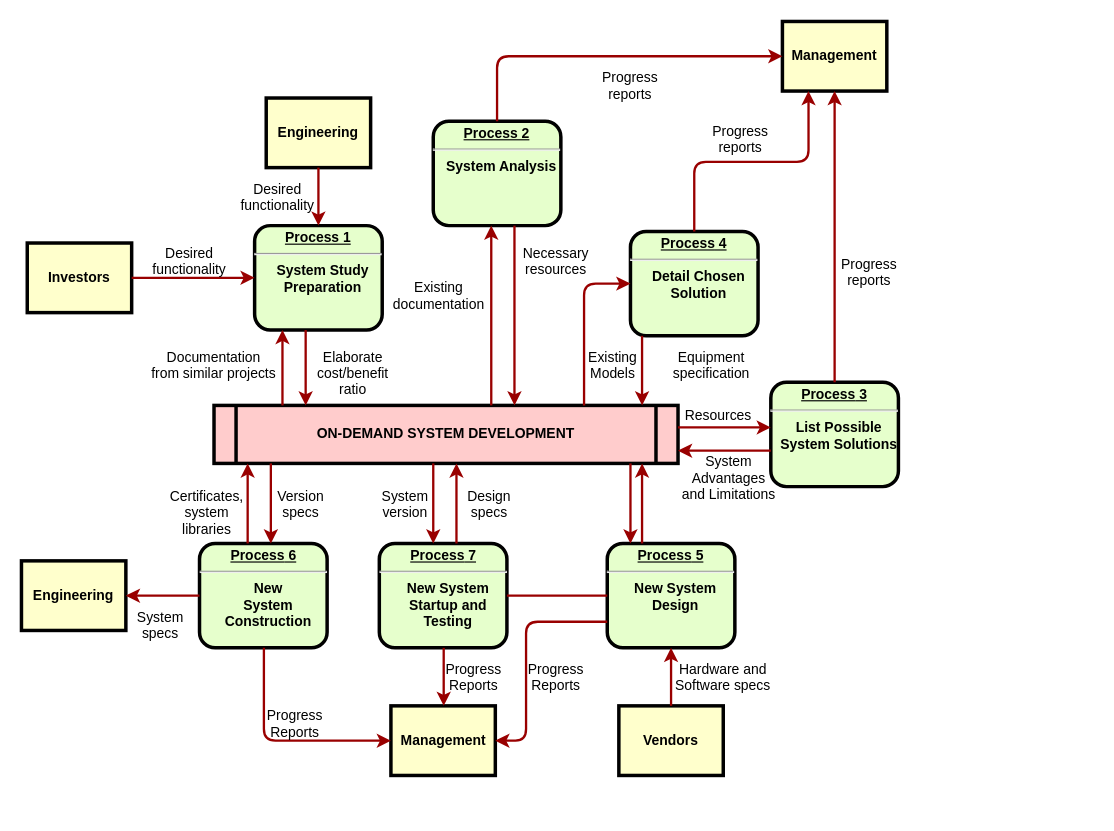
The draw.io diagram src/main/名称未設定ファイル.drawio in danferj/java_learn, before the edit. Source tidied: cells renumbered, new cells numbered last; positions are measured from the earlier drawing's top-left corner, leaving out a move shared by most shapes. Both pictures are drawn from the tidied source at 116%, with x=0, y=0 at pixel (21, 21).
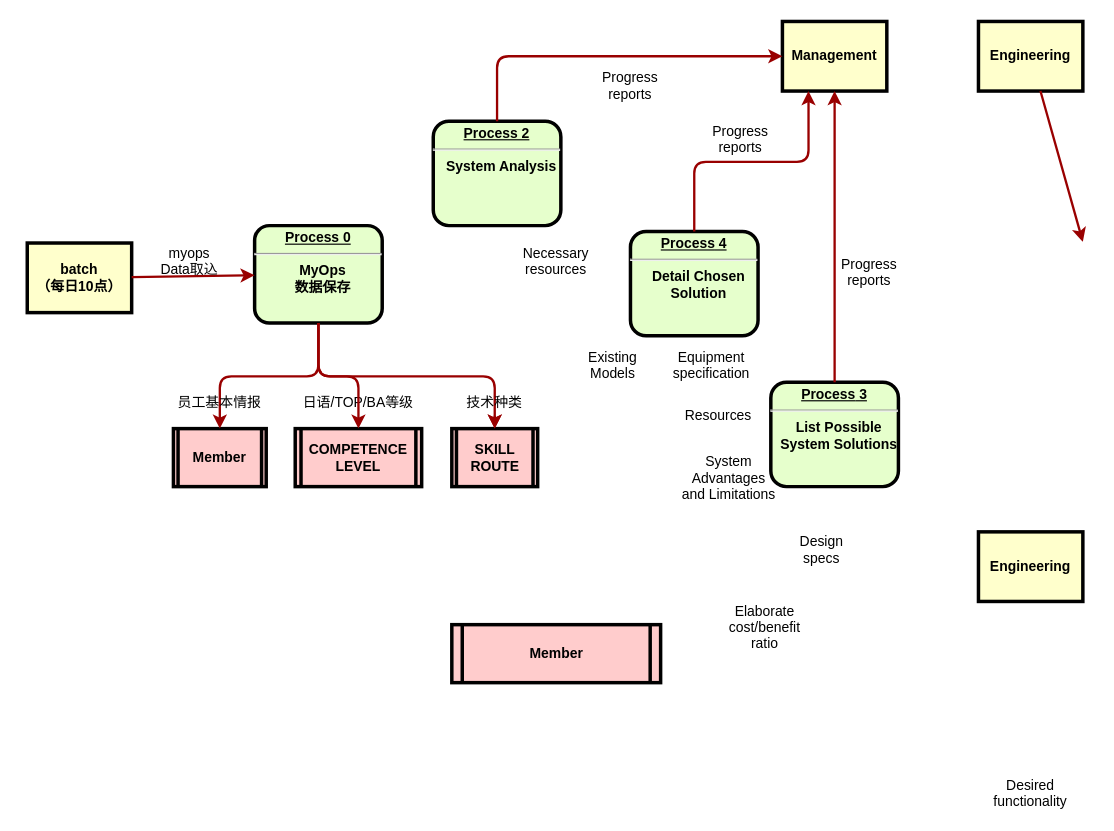
Above is the later version.

Commit message (it also covers changes not shown here):
名称未設定ファイル.drawio を更新します

Unchanged cells that the change refers to:
```xml
<mxCell id="6" value="&lt;p style=&quot;margin: 0px; margin-top: 4px; text-align: center; text-decoration: underline;&quot;&gt;&lt;strong&gt;Process 2&lt;br /&gt;&lt;/strong&gt;&lt;/p&gt;&lt;hr /&gt;&lt;p style=&quot;margin: 0px; margin-left: 8px;&quot;&gt;System Analysis&lt;/p&gt;" style="verticalAlign=middle;align=center;overflow=fill;fontSize=12;fontFamily=Helvetica;html=1;rounded=1;fontStyle=1;strokeWidth=3;fillColor=#E6FFCC;" parent="1" vertex="1">
  <mxGeometry x="355" y="86" width="110" height="90" as="geometry" />
</mxCell>
<mxCell id="7" value="&lt;p style=&quot;margin: 0px; margin-top: 4px; text-align: center; text-decoration: underline;&quot;&gt;&lt;strong&gt;&lt;strong&gt;Process&lt;/strong&gt; 3&lt;br /&gt;&lt;/strong&gt;&lt;/p&gt;&lt;hr /&gt;&lt;p style=&quot;margin: 0px; margin-left: 8px;&quot;&gt;List Possible&lt;/p&gt;&lt;p style=&quot;margin: 0px; margin-left: 8px;&quot;&gt;System Solutions&lt;/p&gt;" style="verticalAlign=middle;align=center;overflow=fill;fontSize=12;fontFamily=Helvetica;html=1;rounded=1;fontStyle=1;strokeWidth=3;fillColor=#E6FFCC;" parent="1" vertex="1">
  <mxGeometry x="646" y="311" width="110" height="90" as="geometry" />
</mxCell>
<mxCell id="8" value="&lt;p style=&quot;margin: 0px; margin-top: 4px; text-align: center; text-decoration: underline;&quot;&gt;&lt;strong&gt;&lt;strong&gt;Process&lt;/strong&gt; 4&lt;br /&gt;&lt;/strong&gt;&lt;/p&gt;&lt;hr /&gt;&lt;p style=&quot;margin: 0px; margin-left: 8px;&quot;&gt;Detail Chosen&lt;/p&gt;&lt;p style=&quot;margin: 0px; margin-left: 8px;&quot;&gt;Solution&lt;/p&gt;" style="verticalAlign=middle;align=center;overflow=fill;fontSize=12;fontFamily=Helvetica;html=1;rounded=1;fontStyle=1;strokeWidth=3;fillColor=#E6FFCC;" parent="1" vertex="1">
  <mxGeometry x="525" y="181" width="110" height="90" as="geometry" />
</mxCell>
```

The edit, as a diff of the source:
```diff
@@
-    <mxCell id="2" value="&lt;p style=&quot;margin: 0px; margin-top: 4px; text-align: center; text-decoration: underline;&quot;&gt;&lt;strong&gt;Process 1&lt;br /&gt;&lt;/strong&gt;&lt;/p&gt;&lt;hr /&gt;&lt;p style=&quot;margin: 0px; margin-left: 8px;&quot;&gt;System Study&lt;/p&gt;&lt;p style=&quot;margin: 0px; margin-left: 8px;&quot;&gt;Preparation&lt;/p&gt;" style="verticalAlign=middle;align=center;overflow=fill;fontSize=12;fontFamily=Helvetica;html=1;rounded=1;fontStyle=1;strokeWidth=3;fillColor=#E6FFCC;" parent="1" vertex="1">
-      <mxGeometry x="201" y="176" width="110" height="90" as="geometry" />
+    <mxCell id="2" value="&lt;p style=&quot;margin: 0px; margin-top: 4px; text-align: center; text-decoration: underline;&quot;&gt;&lt;strong&gt;Process 0&lt;br&gt;&lt;/strong&gt;&lt;/p&gt;&lt;hr&gt;&lt;p style=&quot;margin: 0px; margin-left: 8px;&quot;&gt;MyOps&lt;/p&gt;&lt;p style=&quot;margin: 0px; margin-left: 8px;&quot;&gt;数据保存&lt;/p&gt;" style="verticalAlign=middle;align=center;overflow=fill;fontSize=12;fontFamily=Helvetica;html=1;rounded=1;fontStyle=1;strokeWidth=3;fillColor=#E6FFCC;" parent="1" vertex="1">
+      <mxGeometry x="201" y="176" width="110" height="84" as="geometry" />
     </mxCell>
     <mxCell id="3" value="Engineering" style="whiteSpace=wrap;align=center;verticalAlign=middle;fontStyle=1;strokeWidth=3;fillColor=#FFFFCC;" parent="1" vertex="1">
-      <mxGeometry x="211" y="66" width="90" height="60" as="geometry" />
+      <mxGeometry x="825" width="90" height="60" as="geometry" />
     </mxCell>
-    <mxCell id="4" value="Investors" style="whiteSpace=wrap;align=center;verticalAlign=middle;fontStyle=1;strokeWidth=3;fillColor=#FFFFCC;" parent="1" vertex="1">
+    <mxCell id="4" value="batch&#10;（每日10点）" style="whiteSpace=wrap;align=center;verticalAlign=middle;fontStyle=1;strokeWidth=3;fillColor=#FFFFCC;" parent="1" vertex="1">
       <mxGeometry x="5" y="191" width="90" height="60" as="geometry" />
     </mxCell>
-    <mxCell id="5" value="ON-DEMAND SYSTEM DEVELOPMENT" style="shape=process;whiteSpace=wrap;align=center;verticalAlign=middle;size=0.0475;fontStyle=1;strokeWidth=3;fillColor=#FFCCCC;" parent="1" vertex="1">
-      <mxGeometry x="166" y="331" width="400" height="50" as="geometry" />
+    <mxCell id="5" value="Member" style="shape=process;whiteSpace=wrap;align=center;verticalAlign=middle;size=0.0475;fontStyle=1;strokeWidth=3;fillColor=#FFCCCC;" parent="1" vertex="1">
+      <mxGeometry x="131" y="351" width="80" height="50" as="geometry" />
     </mxCell>
@@
-    <mxCell id="9" value="&lt;p style=&quot;margin: 0px; margin-top: 4px; text-align: center; text-decoration: underline;&quot;&gt;&lt;strong&gt;&lt;strong&gt;Process&lt;/strong&gt; 5&lt;br /&gt;&lt;/strong&gt;&lt;/p&gt;&lt;hr /&gt;&lt;p style=&quot;margin: 0px; margin-left: 8px;&quot;&gt;New System&lt;/p&gt;&lt;p style=&quot;margin: 0px; margin-left: 8px;&quot;&gt;Design&lt;/p&gt;" style="verticalAlign=middle;align=center;overflow=fill;fontSize=12;fontFamily=Helvetica;html=1;rounded=1;fontStyle=1;strokeWidth=3;fillColor=#E6FFCC;" parent="1" vertex="1">
-      <mxGeometry x="505" y="450" width="110" height="90" as="geometry" />
-    </mxCell>
-    <mxCell id="10" value="&lt;p style=&quot;margin: 0px; margin-top: 4px; text-align: center; text-decoration: underline;&quot;&gt;&lt;strong&gt;&lt;strong&gt;Process&lt;/strong&gt; 6&lt;br /&gt;&lt;/strong&gt;&lt;/p&gt;&lt;hr /&gt;&lt;p style=&quot;margin: 0px; margin-left: 8px;&quot;&gt;New&lt;/p&gt;&lt;p style=&quot;margin: 0px; margin-left: 8px;&quot;&gt;System&lt;/p&gt;&lt;p style=&quot;margin: 0px; margin-left: 8px;&quot;&gt;Construction&lt;/p&gt;" style="verticalAlign=middle;align=center;overflow=fill;fontSize=12;fontFamily=Helvetica;html=1;rounded=1;fontStyle=1;strokeWidth=3;fillColor=#E6FFCC;" parent="1" vertex="1">
-      <mxGeometry x="153.5" y="450" width="110" height="90" as="geometry" />
-    </mxCell>
@@
-    <mxCell id="12" value="Management" style="whiteSpace=wrap;align=center;verticalAlign=middle;fontStyle=1;strokeWidth=3;fillColor=#FFFFCC;" parent="1" vertex="1">
-      <mxGeometry x="318.5" y="590" width="90" height="60" as="geometry" />
-    </mxCell>
     <mxCell id="13" value="Engineering" style="whiteSpace=wrap;align=center;verticalAlign=middle;fontStyle=1;strokeWidth=3;fillColor=#FFFFCC;" parent="1" vertex="1">
-      <mxGeometry y="465" width="90" height="60" as="geometry" />
+      <mxGeometry x="825" y="440" width="90" height="60" as="geometry" />
     </mxCell>
-    <mxCell id="14" value="Vendors" style="whiteSpace=wrap;align=center;verticalAlign=middle;fontStyle=1;strokeWidth=3;fillColor=#FFFFCC;" parent="1" vertex="1">
-      <mxGeometry x="515" y="590" width="90" height="60" as="geometry" />
-    </mxCell>
-    <mxCell id="15" style="edgeStyle=none;noEdgeStyle=1;strokeColor=#990000;strokeWidth=2;" parent="1" edge="1" source="3" target="2">
-      <mxGeometry relative="1" as="geometry" />
+    <mxCell id="15" style="edgeStyle=none;noEdgeStyle=1;strokeColor=#990000;strokeWidth=2;" parent="1" edge="1" source="3">
+      <mxGeometry relative="1" as="geometry">
+        <mxPoint x="915" y="190" as="targetPoint" />
+      </mxGeometry>
     </mxCell>
@@
-    <mxCell id="17" value="&lt;p style=&quot;margin: 0px; margin-top: 4px; text-align: center; text-decoration: underline;&quot;&gt;&lt;strong&gt;&lt;strong&gt;Process&lt;/strong&gt; 7&lt;br /&gt;&lt;/strong&gt;&lt;/p&gt;&lt;hr /&gt;&lt;p style=&quot;margin: 0px; margin-left: 8px;&quot;&gt;New System&lt;/p&gt;&lt;p style=&quot;margin: 0px; margin-left: 8px;&quot;&gt;Startup and&lt;/p&gt;&lt;p style=&quot;margin: 0px; margin-left: 8px;&quot;&gt;Testing&lt;/p&gt;" style="verticalAlign=middle;align=center;overflow=fill;fontSize=12;fontFamily=Helvetica;html=1;rounded=1;fontStyle=1;strokeWidth=3;fillColor=#E6FFCC;" parent="1" vertex="1">
-      <mxGeometry x="308.5" y="450" width="110" height="90" as="geometry" />
-    </mxCell>
-    <mxCell id="18" style="endArrow=none;noEdgeStyle=1;strokeColor=#990000;strokeWidth=2;" parent="1" edge="1" source="9" target="17">
-      <mxGeometry relative="1" as="geometry" />
-    </mxCell>
-    <mxCell id="19" value="Desired &#10;functionality" style="text;spacingTop=-5;align=center;" parent="1" vertex="1">
+    <mxCell id="19" value="myops&#10;Data取込" style="text;spacingTop=-5;align=center;" parent="1" vertex="1">
       <mxGeometry x="130" y="191" width="30" height="20" as="geometry" />
     </mxCell>
     <mxCell id="20" value="Desired &#10;functionality" style="text;spacingTop=-5;align=center;" parent="1" vertex="1">
-      <mxGeometry x="206" y="136" width="30" height="20" as="geometry" />
+      <mxGeometry x="855" y="650" width="30" height="20" as="geometry" />
     </mxCell>
-    <mxCell id="21" value="Documentation&#10;from similar projects" style="text;spacingTop=-5;align=center;" parent="1" vertex="1">
-      <mxGeometry x="151" y="281" width="30" height="20" as="geometry" />
-    </mxCell>
-    <mxCell id="22" style="edgeStyle=elbowEdgeStyle;elbow=horizontal;strokeColor=#990000;strokeWidth=2;" parent="1" edge="1" source="5" target="2">
-      <mxGeometry relative="1" as="geometry">
-        <Array as="points">
-          <mxPoint x="225" y="310" />
-        </Array>
-      </mxGeometry>
-    </mxCell>
-    <mxCell id="23" style="edgeStyle=elbowEdgeStyle;elbow=horizontal;strokeColor=#990000;strokeWidth=2;" parent="1" edge="1" source="2" target="5">
-      <mxGeometry relative="1" as="geometry">
-        <Array as="points">
-          <mxPoint x="245" y="300" />
-        </Array>
-      </mxGeometry>
-    </mxCell>
     <mxCell id="24" value="Elaborate&#10;cost/benefit&#10;ratio" style="text;spacingTop=-5;align=center;" parent="1" vertex="1">
-      <mxGeometry x="271" y="281" width="30" height="20" as="geometry" />
+      <mxGeometry x="626" y="500" width="30" height="20" as="geometry" />
     </mxCell>
-    <mxCell id="25" style="edgeStyle=elbowEdgeStyle;elbow=horizontal;strokeColor=#990000;strokeWidth=2;" parent="1" edge="1" source="5" target="6">
-      <mxGeometry relative="1" as="geometry">
-        <Array as="points">
-          <mxPoint x="405" y="250" />
-        </Array>
-      </mxGeometry>
-    </mxCell>
-    <mxCell id="26" style="edgeStyle=elbowEdgeStyle;elbow=horizontal;strokeColor=#990000;strokeWidth=2;" parent="1" edge="1" source="6" target="5">
-      <mxGeometry relative="1" as="geometry">
-        <Array as="points">
-          <mxPoint x="425" y="260" />
-        </Array>
-      </mxGeometry>
-    </mxCell>
-    <mxCell id="27" value="Existing&#10;documentation" style="text;spacingTop=-5;align=center;" parent="1" vertex="1">
-      <mxGeometry x="345" y="221" width="30" height="20" as="geometry" />
+    <mxCell id="27" value="日语/TOP/BA等级" style="text;spacingTop=-5;align=center;" parent="1" vertex="1">
+      <mxGeometry x="275.5" y="320" width="30" height="20" as="geometry" />
     </mxCell>
@@
-    <mxCell id="35" style="edgeStyle=elbowEdgeStyle;elbow=horizontal;strokeColor=#990000;strokeWidth=2;" parent="1" edge="1" source="8" target="5">
-      <mxGeometry relative="1" as="geometry">
-        <Array as="points">
-          <mxPoint x="535" y="300" />
-        </Array>
-      </mxGeometry>
-    </mxCell>
-    <mxCell id="36" style="edgeStyle=segmentEdgeStyle;strokeColor=#990000;strokeWidth=2;" parent="1" edge="1" source="5" target="8">
-      <mxGeometry relative="1" as="geometry">
-        <Array as="points">
-          <mxPoint x="485" y="226" />
-        </Array>
-      </mxGeometry>
-    </mxCell>
@@
-    <mxCell id="39" style="edgeStyle=elbowEdgeStyle;elbow=vertical;strokeColor=#990000;strokeWidth=2;" parent="1" edge="1" source="5" target="7">
-      <mxGeometry relative="1" as="geometry">
-        <Array as="points">
-          <mxPoint x="615" y="350" />
-        </Array>
-      </mxGeometry>
-    </mxCell>
-    <mxCell id="40" style="edgeStyle=elbowEdgeStyle;elbow=vertical;strokeColor=#990000;strokeWidth=2;" parent="1" edge="1" source="7" target="5">
-      <mxGeometry relative="1" as="geometry">
-        <Array as="points">
-          <mxPoint x="615" y="370" />
-        </Array>
-      </mxGeometry>
-    </mxCell>
@@
-    <mxCell id="43" style="edgeStyle=elbowEdgeStyle;elbow=horizontal;strokeColor=#990000;strokeWidth=2;" parent="1" edge="1" source="9" target="5">
-      <mxGeometry relative="1" as="geometry">
-        <Array as="points">
-          <mxPoint x="535" y="410" />
-        </Array>
-      </mxGeometry>
-    </mxCell>
-    <mxCell id="44" style="edgeStyle=elbowEdgeStyle;elbow=horizontal;strokeColor=#990000;strokeWidth=2;" parent="1" edge="1" source="5" target="9">
-      <mxGeometry relative="1" as="geometry">
-        <Array as="points">
-          <mxPoint x="525" y="420" />
-        </Array>
-      </mxGeometry>
-    </mxCell>
-    <mxCell id="45" style="edgeStyle=elbowEdgeStyle;elbow=horizontal;strokeColor=#990000;strokeWidth=2;" parent="1" edge="1" source="14" target="9">
-      <mxGeometry relative="1" as="geometry" />
-    </mxCell>
-    <mxCell id="46" value="Hardware and&#10;Software specs" style="text;spacingTop=-5;align=center;" parent="1" vertex="1">
-      <mxGeometry x="590" y="550" width="30" height="20" as="geometry" />
-    </mxCell>
-    <mxCell id="47" style="edgeStyle=elbowEdgeStyle;elbow=horizontal;exitX=0;exitY=0.75;strokeColor=#990000;strokeWidth=2;" parent="1" edge="1" source="9" target="12">
-      <mxGeometry relative="1" as="geometry">
-        <Array as="points">
-          <mxPoint x="435" y="570" />
-        </Array>
-      </mxGeometry>
-    </mxCell>
-    <mxCell id="48" value="Progress&#10;Reports" style="text;spacingTop=-5;align=center;" parent="1" vertex="1">
-      <mxGeometry x="446" y="550" width="30" height="20" as="geometry" />
-    </mxCell>
-    <mxCell id="49" style="edgeStyle=elbowEdgeStyle;elbow=horizontal;strokeColor=#990000;strokeWidth=2;" parent="1" edge="1" source="17" target="12">
-      <mxGeometry relative="1" as="geometry" />
-    </mxCell>
-    <mxCell id="50" value="Progress&#10;Reports" style="text;spacingTop=-5;align=center;" parent="1" vertex="1">
-      <mxGeometry x="375" y="550" width="30" height="20" as="geometry" />
-    </mxCell>
-    <mxCell id="51" style="edgeStyle=elbowEdgeStyle;elbow=horizontal;strokeColor=#990000;strokeWidth=2;" parent="1" edge="1" source="10" target="12">
-      <mxGeometry relative="1" as="geometry">
-        <Array as="points">
-          <mxPoint x="209" y="570" />
-        </Array>
-      </mxGeometry>
-    </mxCell>
-    <mxCell id="52" value="Progress&#10;Reports" style="text;spacingTop=-5;align=center;" parent="1" vertex="1">
-      <mxGeometry x="221" y="590" width="30" height="20" as="geometry" />
-    </mxCell>
-    <mxCell id="53" style="edgeStyle=elbowEdgeStyle;elbow=vertical;strokeColor=#990000;strokeWidth=2;" parent="1" edge="1" source="10" target="13">
-      <mxGeometry relative="1" as="geometry" />
-    </mxCell>
-    <mxCell id="54" style="edgeStyle=elbowEdgeStyle;elbow=horizontal;strokeColor=#990000;strokeWidth=2;" parent="1" edge="1" source="5" target="17">
-      <mxGeometry relative="1" as="geometry">
-        <Array as="points">
-          <mxPoint x="355" y="410" />
-        </Array>
-      </mxGeometry>
-    </mxCell>
-    <mxCell id="55" style="edgeStyle=elbowEdgeStyle;elbow=horizontal;strokeColor=#990000;strokeWidth=2;" parent="1" edge="1" source="17" target="5">
-      <mxGeometry relative="1" as="geometry">
-        <Array as="points">
-          <mxPoint x="375" y="410" />
-        </Array>
-      </mxGeometry>
-    </mxCell>
-    <mxCell id="56" value="Version&#10;specs" style="text;spacingTop=-5;align=center;" parent="1" vertex="1">
-      <mxGeometry x="226" y="401" width="30" height="20" as="geometry" />
-    </mxCell>
-    <mxCell id="57" value="Certificates,&#10;system&#10;libraries" style="text;spacingTop=-5;align=center;" parent="1" vertex="1">
-      <mxGeometry x="145" y="401" width="30" height="20" as="geometry" />
-    </mxCell>
-    <mxCell id="58" style="edgeStyle=elbowEdgeStyle;elbow=horizontal;strokeColor=#990000;strokeWidth=2;" parent="1" edge="1" source="5" target="10">
-      <mxGeometry relative="1" as="geometry">
-        <Array as="points">
-          <mxPoint x="215" y="410" />
-        </Array>
-      </mxGeometry>
-    </mxCell>
-    <mxCell id="59" style="edgeStyle=elbowEdgeStyle;elbow=horizontal;strokeColor=#990000;strokeWidth=2;" parent="1" edge="1" source="10" target="5">
-      <mxGeometry relative="1" as="geometry">
-        <Array as="points">
-          <mxPoint x="195" y="410" />
-        </Array>
-      </mxGeometry>
-    </mxCell>
-    <mxCell id="60" value="System&#10;specs" style="text;spacingTop=-5;align=center;" parent="1" vertex="1">
-      <mxGeometry x="105" y="505" width="30" height="20" as="geometry" />
-    </mxCell>
     <mxCell id="61" value="Design&#10;specs" style="text;spacingTop=-5;align=center;" parent="1" vertex="1">
-      <mxGeometry x="388.5" y="401" width="30" height="20" as="geometry" />
+      <mxGeometry x="675" y="440" width="30" height="20" as="geometry" />
     </mxCell>
-    <mxCell id="62" value="System&#10;version" style="text;spacingTop=-5;align=center;" parent="1" vertex="1">
-      <mxGeometry x="316" y="401" width="30" height="20" as="geometry" />
-    </mxCell>
+    <mxCell id="63" value="COMPETENCE&#10;LEVEL" style="shape=process;whiteSpace=wrap;align=center;verticalAlign=middle;size=0.0475;fontStyle=1;strokeWidth=3;fillColor=#FFCCCC;" parent="1" vertex="1">
+      <mxGeometry x="236" y="351" width="109" height="50" as="geometry" />
+    </mxCell>
+    <mxCell id="64" value="Member" style="shape=process;whiteSpace=wrap;align=center;verticalAlign=middle;size=0.0475;fontStyle=1;strokeWidth=3;fillColor=#FFCCCC;" parent="1" vertex="1">
+      <mxGeometry x="371" y="520" width="180" height="50" as="geometry" />
+    </mxCell>
+    <mxCell id="23" style="edgeStyle=elbowEdgeStyle;elbow=vertical;entryX=0.5;entryY=0;strokeColor=#990000;strokeWidth=2;exitX=0.5;exitY=1;exitDx=0;exitDy=0;entryDx=0;entryDy=0;" parent="1" edge="1" source="2" target="5">
+      <mxGeometry relative="1" as="geometry" />
+    </mxCell>
+    <mxCell id="65" style="edgeStyle=elbowEdgeStyle;elbow=vertical;entryX=0.5;entryY=0;strokeColor=#990000;strokeWidth=2;exitX=0.5;exitY=1;exitDx=0;exitDy=0;entryDx=0;entryDy=0;" parent="1" edge="1" source="2" target="63">
+      <mxGeometry relative="1" as="geometry" />
+    </mxCell>
+    <mxCell id="66" value="员工基本情报" style="text;spacingTop=-5;align=center;" parent="1" vertex="1">
+      <mxGeometry x="158.5" y="320" width="25" height="20" as="geometry" />
+    </mxCell>
+    <mxCell id="67" value="SKILL&#10;ROUTE" style="shape=process;whiteSpace=wrap;align=center;verticalAlign=middle;size=0.0475;fontStyle=1;strokeWidth=3;fillColor=#FFCCCC;" parent="1" vertex="1">
+      <mxGeometry x="371" y="351" width="74" height="50" as="geometry" />
+    </mxCell>
+    <mxCell id="68" style="edgeStyle=elbowEdgeStyle;elbow=vertical;entryX=0.5;entryY=0;strokeColor=#990000;strokeWidth=2;entryDx=0;entryDy=0;" parent="1" edge="1" source="70" target="67">
+      <mxGeometry relative="1" as="geometry" />
+    </mxCell>
+    <mxCell id="69" style="edgeStyle=elbowEdgeStyle;elbow=vertical;entryX=0.5;entryY=0;strokeColor=#990000;strokeWidth=2;entryDx=0;entryDy=0;exitX=0.5;exitY=1;exitDx=0;exitDy=0;" parent="1" edge="1" source="2" target="67">
+      <mxGeometry relative="1" as="geometry" />
+    </mxCell>
+    <mxCell id="70" value="技术种类" style="text;spacingTop=-5;align=center;" parent="1" vertex="1">
+      <mxGeometry x="393" y="320" width="30" height="20" as="geometry" />
+    </mxCell>
```
